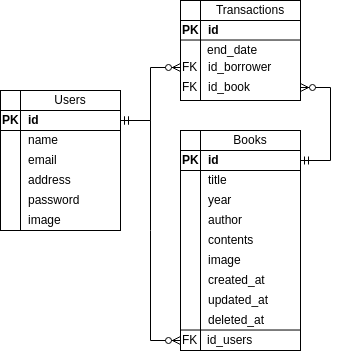
Before: docs/ERD Library App.png, a diagram exported from draw.io (dimasyudhana/alterra-group-project-2). Source tidied: cells renumbered, new cells last; positions are measured from the earlier drawing's top-left corner, leaving out a move shared by most shapes.
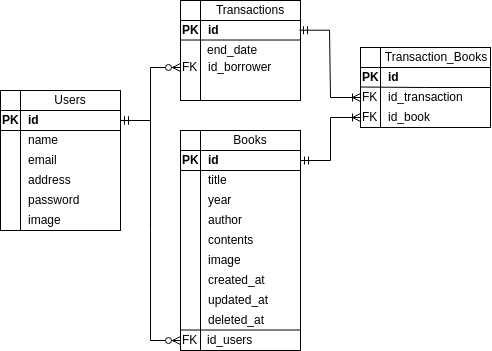
After the commit.

Commit message:
rebuild feature book

The edit, as a diff of the source:
```diff
@@ -65,9 +65,6 @@
     <mxCell id="22" value="id" style="text;html=1;strokeColor=none;fillColor=none;align=left;verticalAlign=middle;whiteSpace=wrap;rounded=0;fontStyle=1;" parent="1" vertex="1">
       <mxGeometry x="206" y="20" width="94" height="20" as="geometry" />
     </mxCell>
-    <mxCell id="23" value="&lt;div&gt;id_book&lt;/div&gt;" style="text;html=1;strokeColor=none;fillColor=none;align=left;verticalAlign=middle;whiteSpace=wrap;rounded=0;" parent="1" vertex="1">
-      <mxGeometry x="206" y="77" width="94" height="20" as="geometry" />
-    </mxCell>
     <mxCell id="24" value="image" style="text;html=1;strokeColor=none;fillColor=none;align=left;verticalAlign=middle;whiteSpace=wrap;rounded=0;" parent="1" vertex="1">
       <mxGeometry x="26" y="210" width="94" height="20" as="geometry" />
     </mxCell>
@@ -89,9 +86,6 @@
     <mxCell id="30" value="FK" style="text;html=1;strokeColor=none;fillColor=none;align=left;verticalAlign=middle;whiteSpace=wrap;rounded=0;" parent="1" vertex="1">
       <mxGeometry x="180" y="330" width="20" height="20" as="geometry" />
     </mxCell>
-    <mxCell id="31" value="FK" style="text;html=1;strokeColor=none;fillColor=none;align=left;verticalAlign=middle;whiteSpace=wrap;rounded=0;" parent="1" vertex="1">
-      <mxGeometry x="180" y="77" width="20" height="20" as="geometry" />
-    </mxCell>
     <mxCell id="32" value="FK" style="text;html=1;strokeColor=none;fillColor=none;align=left;verticalAlign=middle;whiteSpace=wrap;rounded=0;" parent="1" vertex="1">
       <mxGeometry x="180" y="57" width="20" height="20" as="geometry" />
     </mxCell>
@@ -124,11 +118,48 @@
     <mxCell id="38" style="edgeStyle=entityRelationEdgeStyle;fontSize=12;html=1;endArrow=ERzeroToMany;startArrow=ERmandOne;rounded=0;entryX=0;entryY=0.5;entryDx=0;entryDy=0;exitX=1;exitY=0.5;exitDx=0;exitDy=0;" parent="1" edge="1" source="8" target="32">
       <mxGeometry relative="1" as="geometry" />
     </mxCell>
-    <mxCell id="39" style="edgeStyle=entityRelationEdgeStyle;fontSize=12;html=1;endArrow=ERzeroToMany;startArrow=ERmandOne;rounded=0;entryX=1;entryY=0.5;entryDx=0;entryDy=0;exitX=1;exitY=0.5;exitDx=0;exitDy=0;" parent="1" edge="1" source="13" target="23">
+    <mxCell id="39" style="edgeStyle=entityRelationEdgeStyle;fontSize=12;html=1;endArrow=ERoneToMany;startArrow=ERmandOne;rounded=0;entryX=0;entryY=0.5;entryDx=0;entryDy=0;exitX=1;exitY=0.5;exitDx=0;exitDy=0;endFill=0;" parent="1" edge="1" source="13" target="46">
       <mxGeometry relative="1" as="geometry" />
     </mxCell>
     <mxCell id="40" value="end_date" style="text;html=1;strokeColor=none;fillColor=none;align=left;verticalAlign=middle;whiteSpace=wrap;rounded=0;" parent="1" vertex="1">
       <mxGeometry x="205" y="40" width="94" height="20" as="geometry" />
     </mxCell>
+    <mxCell id="41" style="shape=internalStorage;whiteSpace=wrap;html=1;backgroundOutline=1;" parent="1" vertex="1">
+      <mxGeometry x="360" y="47" width="130" height="80" as="geometry" />
+    </mxCell>
+    <mxCell id="42" value="Transaction_Books" style="text;html=1;strokeColor=none;fillColor=none;align=center;verticalAlign=middle;whiteSpace=wrap;rounded=0;" parent="1" vertex="1">
+      <mxGeometry x="386" y="47" width="100" height="20" as="geometry" />
+    </mxCell>
+    <mxCell id="43" value="id" style="text;html=1;strokeColor=none;fillColor=none;align=left;verticalAlign=middle;whiteSpace=wrap;rounded=0;fontStyle=1;" parent="1" vertex="1">
+      <mxGeometry x="386" y="67" width="94" height="20" as="geometry" />
+    </mxCell>
+    <mxCell id="23" value="id_book" style="text;html=1;strokeColor=none;fillColor=none;align=left;verticalAlign=middle;whiteSpace=wrap;rounded=0;" parent="1" vertex="1">
+      <mxGeometry x="386" y="107" width="94" height="20" as="geometry" />
+    </mxCell>
+    <mxCell id="44" value="&lt;div&gt;id_transaction&lt;br&gt;&lt;/div&gt;" style="text;html=1;strokeColor=none;fillColor=none;align=left;verticalAlign=middle;whiteSpace=wrap;rounded=0;" parent="1" vertex="1">
+      <mxGeometry x="386" y="87" width="94" height="20" as="geometry" />
+    </mxCell>
+    <mxCell id="45" value="PK" style="text;html=1;strokeColor=none;fillColor=none;align=left;verticalAlign=middle;whiteSpace=wrap;rounded=0;fontStyle=1;" parent="1" vertex="1">
+      <mxGeometry x="360" y="67" width="20" height="20" as="geometry" />
+    </mxCell>
+    <mxCell id="46" value="FK" style="text;html=1;strokeColor=none;fillColor=none;align=left;verticalAlign=middle;whiteSpace=wrap;rounded=0;" parent="1" vertex="1">
+      <mxGeometry x="360" y="107" width="20" height="20" as="geometry" />
+    </mxCell>
+    <mxCell id="47" value="FK" style="text;html=1;strokeColor=none;fillColor=none;align=left;verticalAlign=middle;whiteSpace=wrap;rounded=0;" parent="1" vertex="1">
+      <mxGeometry x="360" y="87" width="20" height="20" as="geometry" />
+    </mxCell>
+    <mxCell id="48" style="endArrow=none;html=1;rounded=0;exitX=0;exitY=1;exitDx=0;exitDy=0;entryX=1;entryY=0.5;entryDx=0;entryDy=0;" parent="1" edge="1" target="41">
+      <mxGeometry relative="1" as="geometry">
+        <mxPoint x="360" y="86.5" as="sourcePoint" />
+        <Array as="points">
+          <mxPoint x="425" y="87" />
+        </Array>
+      </mxGeometry>
+    </mxCell>
+    <mxCell id="49" style="edgeStyle=entityRelationEdgeStyle;fontSize=12;html=1;endArrow=ERoneToMany;startArrow=ERmandOne;rounded=0;entryX=0;entryY=0.5;entryDx=0;entryDy=0;exitX=1;exitY=0.5;exitDx=0;exitDy=0;endFill=0;" parent="1" edge="1" target="47">
+      <mxGeometry relative="1" as="geometry">
+        <mxPoint x="299" y="29.7" as="sourcePoint" />
+      </mxGeometry>
+    </mxCell>
   </root>
 </mxGraphModel>
```
